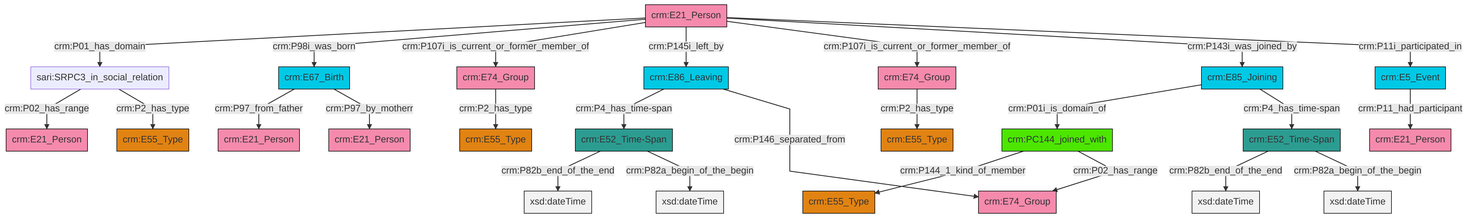
Above: et/personCSV/ttl/mmd/png/Person_Actor_Relations.png in swiss-art-research-net/docs.swissartresearch (Mermaid), before the change. Its source is kept beside it as et/personCSV/ttl/mmd/Person_Actor_Relations.ttl.mmd.
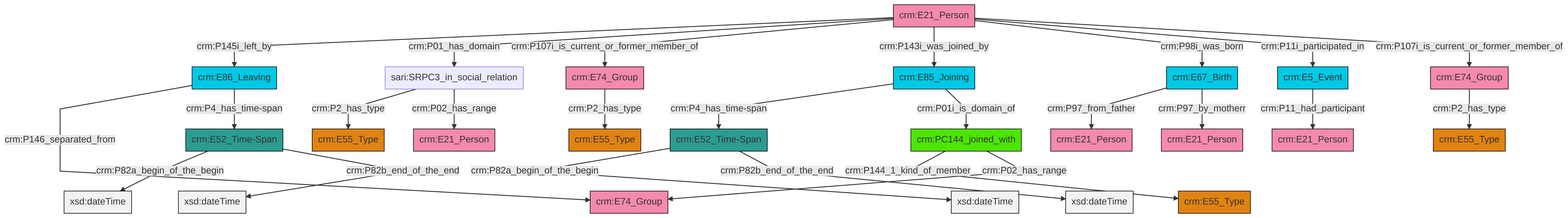
The same diagram one commit later.

What changed in the source:
```diff
@@ -13,27 +13,27 @@
 classDef PC_Classes fill:#4ce600, stroke:#000000;
 classDef Multi fill:#cccccc,stroke:#000000;
 
-0["crm:E74_Group"]:::Actor -->|crm:P2_has_type| 1["crm:E55_Type"]:::Type
-2["crm:E21_Person"]:::Actor -->|crm:P01_has_domain| 3["sari:SRPC3_in_social_relation"]:::Default
-2["crm:E21_Person"]:::Actor -->|crm:P98i_was_born| 4["crm:E67_Birth"]:::Temporal_Entity
-7["crm:E5_Event"]:::Temporal_Entity -->|crm:P11_had_participant| 8["crm:E21_Person"]:::Actor
-17["crm:E85_Joining"]:::Temporal_Entity -->|crm:P01i_is_domain_of| 18["crm:PC144_joined_with"]:::PC_Classes
-17["crm:E85_Joining"]:::Temporal_Entity -->|crm:P4_has_time-span| 15["crm:E52_Time-Span"]:::Time-Span
-23["crm:E52_Time-Span"]:::Time-Span -->|crm:P82b_end_of_the_end| 24[xsd:dateTime]:::Literal
-3["sari:SRPC3_in_social_relation"]:::Default -->|crm:P02_has_range| 20["crm:E21_Person"]:::Actor
-28["crm:E86_Leaving"]:::Temporal_Entity -->|crm:P4_has_time-span| 23["crm:E52_Time-Span"]:::Time-Span
-2["crm:E21_Person"]:::Actor -->|crm:P107i_is_current_or_former_member_of| 30["crm:E74_Group"]:::Actor
-2["crm:E21_Person"]:::Actor -->|crm:P145i_left_by| 28["crm:E86_Leaving"]:::Temporal_Entity
-15["crm:E52_Time-Span"]:::Time-Span -->|crm:P82b_end_of_the_end| 36[xsd:dateTime]:::Literal
-15["crm:E52_Time-Span"]:::Time-Span -->|crm:P82a_begin_of_the_begin| 37[xsd:dateTime]:::Literal
-18["crm:PC144_joined_with"]:::PC_Classes -->|crm:P144_1_kind_of_member| 10["crm:E55_Type"]:::Type
-2["crm:E21_Person"]:::Actor -->|crm:P107i_is_current_or_former_member_of| 0["crm:E74_Group"]:::Actor
-3["sari:SRPC3_in_social_relation"]:::Default -->|crm:P2_has_type| 39["crm:E55_Type"]:::Type
-28["crm:E86_Leaving"]:::Temporal_Entity -->|crm:P146_separated_from| 13["crm:E74_Group"]:::Actor
-23["crm:E52_Time-Span"]:::Time-Span -->|crm:P82a_begin_of_the_begin| 40[xsd:dateTime]:::Literal
-4["crm:E67_Birth"]:::Temporal_Entity -->|crm:P97_from_father| 41["crm:E21_Person"]:::Actor
-4["crm:E67_Birth"]:::Temporal_Entity -->|crm:P97_by_motherr| 5["crm:E21_Person"]:::Actor
-2["crm:E21_Person"]:::Actor -->|crm:P143i_was_joined_by| 17["crm:E85_Joining"]:::Temporal_Entity
-30["crm:E74_Group"]:::Actor -->|crm:P2_has_type| 32["crm:E55_Type"]:::Type
-2["crm:E21_Person"]:::Actor -->|crm:P11i_participated_in| 7["crm:E5_Event"]:::Temporal_Entity
-18["crm:PC144_joined_with"]:::PC_Classes -->|crm:P02_has_range| 13["crm:E74_Group"]:::Actor
+2["crm:E67_Birth"]:::Temporal_Entity -->|crm:P97_from_father| 3["crm:E21_Person"]:::Actor
+2["crm:E67_Birth"]:::Temporal_Entity -->|crm:P97_by_motherr| 9["crm:E21_Person"]:::Actor
+10["crm:E21_Person"]:::Actor -->|crm:P145i_left_by| 11["crm:E86_Leaving"]:::Temporal_Entity
+10["crm:E21_Person"]:::Actor -->|crm:P01_has_domain| 14["sari:SRPC3_in_social_relation"]:::Default
+10["crm:E21_Person"]:::Actor -->|crm:P107i_is_current_or_former_member_of| 15["crm:E74_Group"]:::Actor
+16["crm:E74_Group"]:::Actor -->|crm:P2_has_type| 4["crm:E55_Type"]:::Type
+0["crm:E52_Time-Span"]:::Time-Span -->|crm:P82a_begin_of_the_begin| 23[xsd:dateTime]:::Literal
+15["crm:E74_Group"]:::Actor -->|crm:P2_has_type| 12["crm:E55_Type"]:::Type
+20["crm:E52_Time-Span"]:::Time-Span -->|crm:P82a_begin_of_the_begin| 24[xsd:dateTime]:::Literal
+25["crm:PC144_joined_with"]:::PC_Classes -->|crm:P144_1_kind_of_member| 27["crm:E55_Type"]:::Type
+18["crm:E85_Joining"]:::Temporal_Entity -->|crm:P4_has_time-span| 0["crm:E52_Time-Span"]:::Time-Span
+10["crm:E21_Person"]:::Actor -->|crm:P143i_was_joined_by| 18["crm:E85_Joining"]:::Temporal_Entity
+18["crm:E85_Joining"]:::Temporal_Entity -->|crm:P01i_is_domain_of| 25["crm:PC144_joined_with"]:::PC_Classes
+11["crm:E86_Leaving"]:::Temporal_Entity -->|crm:P146_separated_from| 7["crm:E74_Group"]:::Actor
+30["crm:E5_Event"]:::Temporal_Entity -->|crm:P11_had_participant| 31["crm:E21_Person"]:::Actor
+11["crm:E86_Leaving"]:::Temporal_Entity -->|crm:P4_has_time-span| 20["crm:E52_Time-Span"]:::Time-Span
+10["crm:E21_Person"]:::Actor -->|crm:P98i_was_born| 2["crm:E67_Birth"]:::Temporal_Entity
+10["crm:E21_Person"]:::Actor -->|crm:P11i_participated_in| 30["crm:E5_Event"]:::Temporal_Entity
+25["crm:PC144_joined_with"]:::PC_Classes -->|crm:P02_has_range| 7["crm:E74_Group"]:::Actor
+10["crm:E21_Person"]:::Actor -->|crm:P107i_is_current_or_former_member_of| 16["crm:E74_Group"]:::Actor
+0["crm:E52_Time-Span"]:::Time-Span -->|crm:P82b_end_of_the_end| 44[xsd:dateTime]:::Literal
+20["crm:E52_Time-Span"]:::Time-Span -->|crm:P82b_end_of_the_end| 45[xsd:dateTime]:::Literal
+14["sari:SRPC3_in_social_relation"]:::Default -->|crm:P2_has_type| 35["crm:E55_Type"]:::Type
+14["sari:SRPC3_in_social_relation"]:::Default -->|crm:P02_has_range| 39["crm:E21_Person"]:::Actor
```
